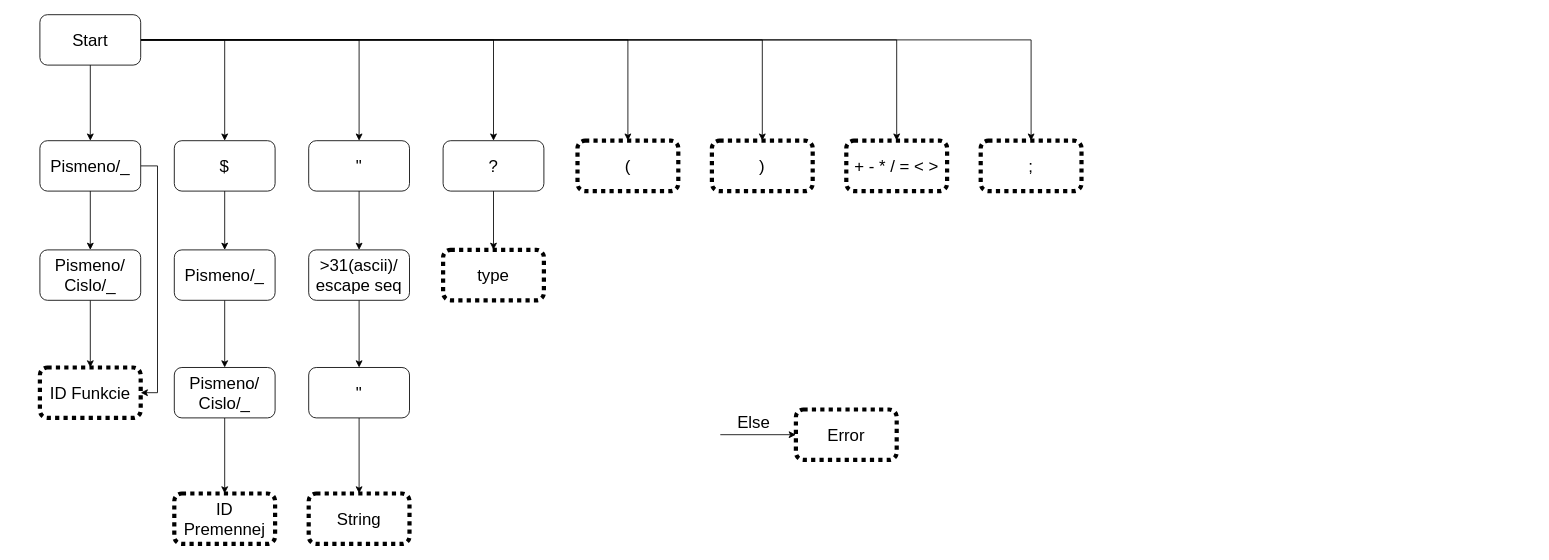
Before: StateMachine/StateMachine.drawio in RatsAreNice/IFJ-2022, a draw.io diagram. Source tidied: cells renumbered, new cells numbered last; positions are measured from the earlier drawing's top-left corner, leaving out a move shared by most shapes. Both pictures are drawn from the tidied source at 84%, with x=0, y=0 at pixel (39, 14).
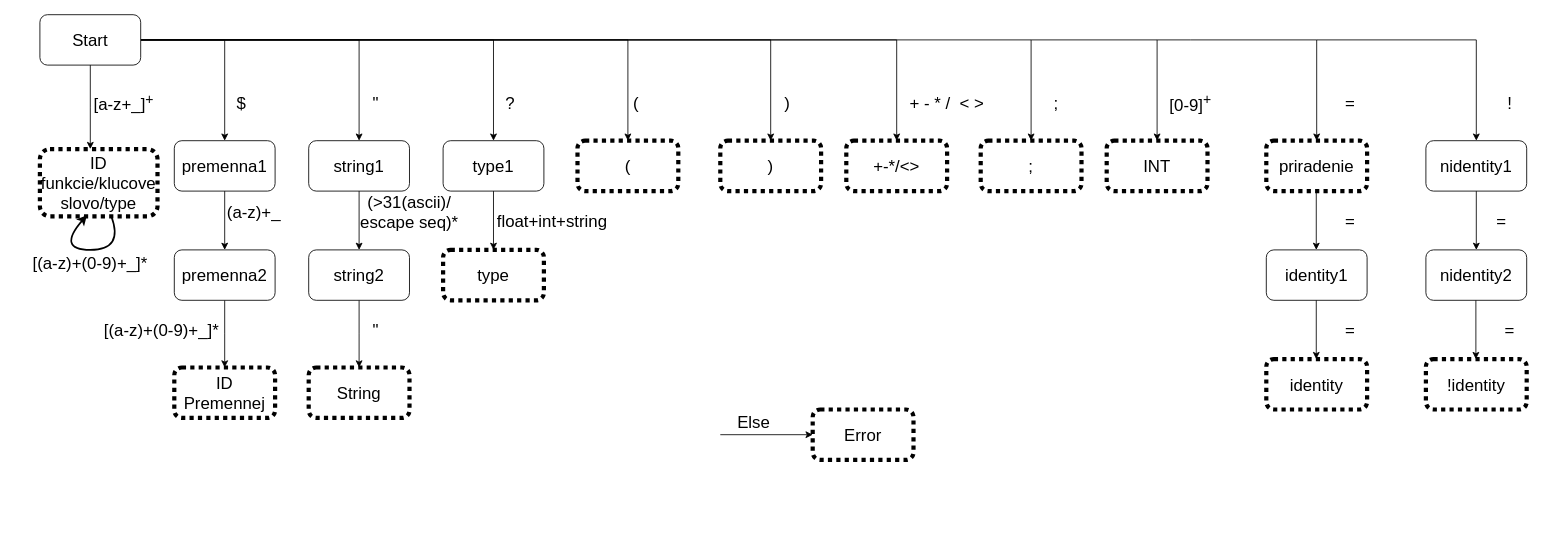
After the change.

The change refers to these unchanged cells:
```xml
<mxCell id="10" value="&lt;font style=&quot;font-size: 20px;&quot;&gt;Start&lt;/font&gt;" style="rounded=1;whiteSpace=wrap;html=1;" parent="1" vertex="1">
  <mxGeometry width="120" height="60" as="geometry" />
</mxCell>
```

The edit, as a diff of the source:
```diff
@@
-    <mxCell id="2" style="edgeStyle=orthogonalEdgeStyle;rounded=0;jettySize=auto;html=1;exitX=0.5;exitY=1;exitDx=0;exitDy=0;entryX=0.5;entryY=0;entryDx=0;entryDy=0;fontSize=20;" parent="1" edge="1" source="10" target="14">
-      <mxGeometry relative="1" as="geometry" />
+    <mxCell id="2" style="edgeStyle=orthogonalEdgeStyle;rounded=0;jettySize=auto;html=1;exitX=0.5;exitY=1;exitDx=0;exitDy=0;entryX=0.5;entryY=0;entryDx=0;entryDy=0;fontSize=20;" parent="1" edge="1" source="10">
+      <mxGeometry relative="1" as="geometry">
+        <mxPoint x="60" y="160" as="targetPoint" />
+      </mxGeometry>
     </mxCell>
@@
-    <mxCell id="11" value="ID Funkcie&lt;br&gt;" style="rounded=1;whiteSpace=wrap;html=1;fontSize=20;dashed=1;dashPattern=1 1;strokeWidth=5;" parent="1" vertex="1">
-      <mxGeometry y="420" width="120" height="60" as="geometry" />
-    </mxCell>
-    <mxCell id="12" style="edgeStyle=orthogonalEdgeStyle;rounded=0;jettySize=auto;html=1;exitX=1;exitY=0.5;exitDx=0;exitDy=0;entryX=1;entryY=0.5;entryDx=0;entryDy=0;fontSize=20;" parent="1" edge="1" source="14" target="11">
-      <mxGeometry relative="1" as="geometry">
-        <Array as="points">
-          <mxPoint x="140" y="180" />
-          <mxPoint x="140" y="450" />
-        </Array>
-      </mxGeometry>
-    </mxCell>
-    <mxCell id="13" style="edgeStyle=orthogonalEdgeStyle;rounded=0;jettySize=auto;html=1;exitX=0.5;exitY=1;exitDx=0;exitDy=0;entryX=0.5;entryY=0;entryDx=0;entryDy=0;fontSize=20;" parent="1" edge="1" source="14" target="16">
-      <mxGeometry relative="1" as="geometry" />
-    </mxCell>
-    <mxCell id="14" value="&lt;font style=&quot;font-size: 20px;&quot;&gt;Pismeno/_&lt;/font&gt;" style="rounded=1;whiteSpace=wrap;html=1;" parent="1" vertex="1">
-      <mxGeometry y="150" width="120" height="60" as="geometry" />
-    </mxCell>
-    <mxCell id="15" style="edgeStyle=orthogonalEdgeStyle;rounded=0;jettySize=auto;html=1;exitX=0.5;exitY=1;exitDx=0;exitDy=0;entryX=0.5;entryY=0;entryDx=0;entryDy=0;fontSize=20;" parent="1" edge="1" source="16" target="11">
-      <mxGeometry relative="1" as="geometry" />
-    </mxCell>
-    <mxCell id="16" value="Pismeno/&lt;br&gt;Cislo/_" style="rounded=1;whiteSpace=wrap;html=1;strokeWidth=1;fontSize=20;" parent="1" vertex="1">
-      <mxGeometry y="280" width="120" height="60" as="geometry" />
-    </mxCell>
@@
-    <mxCell id="18" value="$" style="rounded=1;whiteSpace=wrap;html=1;strokeWidth=1;fontSize=20;" parent="1" vertex="1">
+    <mxCell id="18" value="premenna1" style="rounded=1;whiteSpace=wrap;html=1;strokeWidth=1;fontSize=20;" parent="1" vertex="1">
       <mxGeometry x="160" y="150" width="120" height="60" as="geometry" />
     </mxCell>
-    <mxCell id="19" style="edgeStyle=orthogonalEdgeStyle;rounded=0;jettySize=auto;html=1;exitX=0.5;exitY=1;exitDx=0;exitDy=0;entryX=0.5;entryY=0;entryDx=0;entryDy=0;fontSize=20;" parent="1" edge="1" source="20" target="22">
-      <mxGeometry relative="1" as="geometry" />
+    <mxCell id="19" style="edgeStyle=orthogonalEdgeStyle;rounded=0;jettySize=auto;html=1;exitX=0.5;exitY=1;exitDx=0;exitDy=0;entryX=0.5;entryY=0;entryDx=0;entryDy=0;fontSize=20;" parent="1" edge="1" source="20">
+      <mxGeometry relative="1" as="geometry">
+        <mxPoint x="220" y="420" as="targetPoint" />
+      </mxGeometry>
     </mxCell>
-    <mxCell id="20" value="Pismeno/_" style="rounded=1;whiteSpace=wrap;html=1;strokeWidth=1;fontSize=20;" parent="1" vertex="1">
+    <mxCell id="20" value="premenna2" style="rounded=1;whiteSpace=wrap;html=1;strokeWidth=1;fontSize=20;" parent="1" vertex="1">
       <mxGeometry x="160" y="280" width="120" height="60" as="geometry" />
     </mxCell>
-    <mxCell id="21" style="edgeStyle=orthogonalEdgeStyle;rounded=0;jettySize=auto;html=1;exitX=0.5;exitY=1;exitDx=0;exitDy=0;entryX=0.5;entryY=0;entryDx=0;entryDy=0;fontSize=20;" parent="1" edge="1" source="22" target="23">
-      <mxGeometry relative="1" as="geometry" />
-    </mxCell>
-    <mxCell id="22" value="Pismeno/&lt;br&gt;Cislo/_" style="rounded=1;whiteSpace=wrap;html=1;strokeWidth=1;fontSize=20;" parent="1" vertex="1">
-      <mxGeometry x="160" y="420" width="120" height="60" as="geometry" />
-    </mxCell>
     <mxCell id="23" value="ID&lt;br&gt;Premennej" style="rounded=1;whiteSpace=wrap;html=1;strokeWidth=5;fontSize=20;dashed=1;dashPattern=1 1;" parent="1" vertex="1">
-      <mxGeometry x="160" y="570" width="120" height="60" as="geometry" />
+      <mxGeometry x="160" y="420" width="120" height="60" as="geometry" />
     </mxCell>
     <mxCell id="24" value="String" style="rounded=1;whiteSpace=wrap;html=1;dashed=1;dashPattern=1 1;strokeWidth=5;fontSize=20;" parent="1" vertex="1">
-      <mxGeometry x="320" y="570" width="120" height="60" as="geometry" />
+      <mxGeometry x="320" y="420" width="120" height="60" as="geometry" />
     </mxCell>
@@
-    <mxCell id="26" value="&quot;" style="rounded=1;whiteSpace=wrap;html=1;strokeWidth=1;fontSize=20;" parent="1" vertex="1">
+    <mxCell id="26" value="string1" style="rounded=1;whiteSpace=wrap;html=1;strokeWidth=1;fontSize=20;" parent="1" vertex="1">
       <mxGeometry x="320" y="150" width="120" height="60" as="geometry" />
     </mxCell>
-    <mxCell id="27" style="edgeStyle=orthogonalEdgeStyle;rounded=0;jettySize=auto;html=1;exitX=0.5;exitY=1;exitDx=0;exitDy=0;entryX=0.5;entryY=0;entryDx=0;entryDy=0;fontSize=20;" parent="1" edge="1" source="28" target="30">
-      <mxGeometry relative="1" as="geometry" />
+    <mxCell id="27" style="edgeStyle=orthogonalEdgeStyle;rounded=0;jettySize=auto;html=1;exitX=0.5;exitY=1;exitDx=0;exitDy=0;entryX=0.5;entryY=0;entryDx=0;entryDy=0;fontSize=20;" parent="1" edge="1" source="28">
+      <mxGeometry relative="1" as="geometry">
+        <mxPoint x="380" y="420" as="targetPoint" />
+      </mxGeometry>
     </mxCell>
-    <mxCell id="28" value="&amp;gt;31(ascii)/&lt;br&gt;escape seq" style="rounded=1;whiteSpace=wrap;html=1;strokeWidth=1;fontSize=20;" parent="1" vertex="1">
+    <mxCell id="28" value="string2" style="rounded=1;whiteSpace=wrap;html=1;strokeWidth=1;fontSize=20;" parent="1" vertex="1">
       <mxGeometry x="320" y="280" width="120" height="60" as="geometry" />
     </mxCell>
-    <mxCell id="29" style="edgeStyle=orthogonalEdgeStyle;rounded=0;jettySize=auto;html=1;exitX=0.5;exitY=1;exitDx=0;exitDy=0;entryX=0.5;entryY=0;entryDx=0;entryDy=0;fontSize=20;" parent="1" edge="1" source="30" target="24">
-      <mxGeometry relative="1" as="geometry" />
-    </mxCell>
-    <mxCell id="30" value="&quot;" style="rounded=1;whiteSpace=wrap;html=1;strokeWidth=1;fontSize=20;" parent="1" vertex="1">
-      <mxGeometry x="320" y="420" width="120" height="60" as="geometry" />
-    </mxCell>
@@
     <mxCell id="32" value="&lt;font style=&quot;font-size: 20px;&quot;&gt;)&lt;/font&gt;" style="rounded=1;whiteSpace=wrap;html=1;strokeWidth=5;dashed=1;dashPattern=1 1;" parent="1" vertex="1">
-      <mxGeometry x="800" y="150" width="120" height="60" as="geometry" />
+      <mxGeometry x="810" y="150" width="120" height="60" as="geometry" />
     </mxCell>
-    <mxCell id="33" value="+ - * / = &amp;lt; &amp;gt;" style="rounded=1;whiteSpace=wrap;html=1;dashed=1;dashPattern=1 1;strokeWidth=5;fontSize=20;" parent="1" vertex="1">
+    <mxCell id="33" value="+-*/&amp;lt;&amp;gt;" style="rounded=1;whiteSpace=wrap;html=1;dashed=1;dashPattern=1 1;strokeWidth=5;fontSize=20;" parent="1" vertex="1">
       <mxGeometry x="960" y="150" width="120" height="60" as="geometry" />
     </mxCell>
@@
-    <mxCell id="36" value="?" style="rounded=1;whiteSpace=wrap;html=1;strokeWidth=1;fontSize=20;" parent="1" vertex="1">
+    <mxCell id="36" value="type1" style="rounded=1;whiteSpace=wrap;html=1;strokeWidth=1;fontSize=20;" parent="1" vertex="1">
       <mxGeometry x="480" y="150" width="120" height="60" as="geometry" />
     </mxCell>
@@
     <mxCell id="39" value="Error" style="rounded=1;whiteSpace=wrap;html=1;dashed=1;dashPattern=1 1;strokeWidth=5;fontSize=20;" parent="1" vertex="1">
-      <mxGeometry x="900" y="470" width="120" height="60" as="geometry" />
+      <mxGeometry x="920" y="470" width="120" height="60" as="geometry" />
     </mxCell>
@@
+    <mxCell id="41" style="endArrow=classic;html=1;rounded=0;" parent="1" edge="1">
+      <mxGeometry relative="1" as="geometry">
+        <mxPoint x="1180" y="30" as="sourcePoint" />
+        <mxPoint x="1330" y="150" as="targetPoint" />
+        <Array as="points">
+          <mxPoint x="1330" y="30" />
+        </Array>
+      </mxGeometry>
+    </mxCell>
+    <mxCell id="42" value="INT" style="rounded=1;whiteSpace=wrap;html=1;dashed=1;dashPattern=1 1;strokeWidth=5;fontSize=20;" parent="1" vertex="1">
+      <mxGeometry x="1270" y="150" width="120" height="60" as="geometry" />
+    </mxCell>
+    <mxCell id="43" value="identity" style="rounded=1;whiteSpace=wrap;html=1;dashed=1;dashPattern=1 1;strokeWidth=5;fontSize=20;" parent="1" vertex="1">
+      <mxGeometry x="1460" y="410" width="120" height="60" as="geometry" />
+    </mxCell>
+    <mxCell id="44" style="endArrow=classic;html=1;rounded=0;exitX=0.5;exitY=1;exitDx=0;exitDy=0;" parent="1" edge="1">
+      <mxGeometry relative="1" as="geometry">
+        <mxPoint x="1519.5" y="210" as="sourcePoint" />
+        <mxPoint x="1519.5" y="280" as="targetPoint" />
+      </mxGeometry>
+    </mxCell>
+    <mxCell id="45" style="endArrow=classic;html=1;rounded=0;" parent="1" edge="1">
+      <mxGeometry relative="1" as="geometry">
+        <mxPoint x="1370" y="30" as="sourcePoint" />
+        <mxPoint x="1520" y="150" as="targetPoint" />
+        <Array as="points">
+          <mxPoint x="1520" y="30" />
+        </Array>
+      </mxGeometry>
+    </mxCell>
+    <mxCell id="46" value="identity1" style="rounded=1;whiteSpace=wrap;html=1;strokeWidth=1;fontSize=20;" parent="1" vertex="1">
+      <mxGeometry x="1460" y="280" width="120" height="60" as="geometry" />
+    </mxCell>
+    <mxCell id="47" style="endArrow=classic;html=1;rounded=0;exitX=0.5;exitY=1;exitDx=0;exitDy=0;" parent="1" edge="1">
+      <mxGeometry relative="1" as="geometry">
+        <mxPoint x="1519.5" y="340" as="sourcePoint" />
+        <mxPoint x="1519.5" y="410" as="targetPoint" />
+      </mxGeometry>
+    </mxCell>
+    <mxCell id="48" value="priradenie" style="rounded=1;whiteSpace=wrap;html=1;dashed=1;dashPattern=1 1;strokeWidth=5;fontSize=20;" parent="1" vertex="1">
+      <mxGeometry x="1460" y="150" width="120" height="60" as="geometry" />
+    </mxCell>
+    <mxCell id="49" style="endArrow=none;html=1;rounded=0;" parent="1" edge="1">
+      <mxGeometry relative="1" as="geometry">
+        <mxPoint x="1330" y="30" as="sourcePoint" />
+        <mxPoint x="1370" y="30" as="targetPoint" />
+      </mxGeometry>
+    </mxCell>
+    <mxCell id="50" style="endArrow=classic;html=1;rounded=0;" parent="1" edge="1">
+      <mxGeometry relative="1" as="geometry">
+        <mxPoint x="1520" y="30" as="sourcePoint" />
+        <mxPoint x="1710" y="150" as="targetPoint" />
+        <Array as="points">
+          <mxPoint x="1710" y="30" />
+        </Array>
+      </mxGeometry>
+    </mxCell>
+    <mxCell id="51" value="nidentity1" style="rounded=1;whiteSpace=wrap;html=1;strokeWidth=1;fontSize=20;" parent="1" vertex="1">
+      <mxGeometry x="1650" y="150" width="120" height="60" as="geometry" />
+    </mxCell>
+    <mxCell id="52" value="!identity" style="rounded=1;whiteSpace=wrap;html=1;dashed=1;dashPattern=1 1;strokeWidth=5;fontSize=20;" parent="1" vertex="1">
+      <mxGeometry x="1650" y="410" width="120" height="60" as="geometry" />
+    </mxCell>
+    <mxCell id="53" value="nidentity2" style="rounded=1;whiteSpace=wrap;html=1;strokeWidth=1;fontSize=20;" parent="1" vertex="1">
+      <mxGeometry x="1650" y="280" width="120" height="60" as="geometry" />
+    </mxCell>
+    <mxCell id="54" style="endArrow=classic;html=1;rounded=0;exitX=0.5;exitY=1;exitDx=0;exitDy=0;" parent="1" edge="1">
+      <mxGeometry relative="1" as="geometry">
+        <mxPoint x="1709.5" y="340" as="sourcePoint" />
+        <mxPoint x="1709.5" y="410" as="targetPoint" />
+      </mxGeometry>
+    </mxCell>
+    <mxCell id="55" style="endArrow=classic;html=1;rounded=0;exitX=0.5;exitY=1;exitDx=0;exitDy=0;entryX=0.5;entryY=0;entryDx=0;entryDy=0;" parent="1" edge="1" source="51" target="53">
+      <mxGeometry relative="1" as="geometry" />
+    </mxCell>
+    <mxCell id="56" value="&lt;font style=&quot;font-size: 20px;&quot;&gt;[a-z+_]&lt;sup&gt;+&lt;/sup&gt;&lt;/font&gt;" style="text;html=1;strokeColor=none;fillColor=none;align=center;verticalAlign=middle;whiteSpace=wrap;rounded=0;fontSize=16;" parent="1" vertex="1">
+      <mxGeometry x="60" y="90" width="80" height="30" as="geometry" />
+    </mxCell>
+    <mxCell id="57" value="ID funkcie/klucove slovo/type" style="rounded=1;whiteSpace=wrap;html=1;strokeWidth=5;fontSize=20;dashed=1;dashPattern=1 1;" parent="1" vertex="1">
+      <mxGeometry y="160" width="140" height="80" as="geometry" />
+    </mxCell>
+    <mxCell id="58" style="curved=1;endArrow=classic;html=1;rounded=0;fontSize=20;entryX=0.4;entryY=0.983;entryDx=0;entryDy=0;entryPerimeter=0;strokeWidth=2;" parent="1" edge="1" source="57" target="57">
+      <mxGeometry relative="1" as="geometry">
+        <Array as="points">
+          <mxPoint x="100" y="280" />
+          <mxPoint x="20" y="280" />
+        </Array>
+      </mxGeometry>
+    </mxCell>
+    <mxCell id="59" value="&lt;font style=&quot;font-size: 20px;&quot;&gt;[(a-z)+(0-9)+_]*&lt;/font&gt;" style="text;html=1;strokeColor=none;fillColor=none;align=center;verticalAlign=middle;whiteSpace=wrap;rounded=0;fontSize=16;" parent="1" vertex="1">
+      <mxGeometry x="-30" y="280" width="180" height="30" as="geometry" />
+    </mxCell>
+    <mxCell id="60" value="$" style="text;html=1;strokeColor=none;fillColor=none;align=center;verticalAlign=middle;whiteSpace=wrap;rounded=0;fontSize=20;" parent="1" vertex="1">
+      <mxGeometry x="210" y="90" width="60" height="30" as="geometry" />
+    </mxCell>
+    <mxCell id="61" value="&lt;font style=&quot;font-size: 20px;&quot;&gt;(a-z)+_&lt;/font&gt;" style="text;html=1;strokeColor=none;fillColor=none;align=center;verticalAlign=middle;whiteSpace=wrap;rounded=0;fontSize=16;" parent="1" vertex="1">
+      <mxGeometry x="160" y="220" width="190" height="30" as="geometry" />
+    </mxCell>
+    <mxCell id="62" value="&lt;font style=&quot;font-size: 20px;&quot;&gt;[(a-z)+(0-9)+_]*&lt;/font&gt;" style="text;html=1;strokeColor=none;fillColor=none;align=center;verticalAlign=middle;whiteSpace=wrap;rounded=0;fontSize=16;" parent="1" vertex="1">
+      <mxGeometry x="50" y="360" width="190" height="30" as="geometry" />
+    </mxCell>
+    <mxCell id="63" value="&quot;" style="text;html=1;strokeColor=none;fillColor=none;align=center;verticalAlign=middle;whiteSpace=wrap;rounded=0;fontSize=20;" parent="1" vertex="1">
+      <mxGeometry x="370" y="90" width="60" height="30" as="geometry" />
+    </mxCell>
+    <mxCell id="64" value="(&amp;gt;31(ascii)/&lt;br&gt;escape seq)*" style="text;html=1;strokeColor=none;fillColor=none;align=center;verticalAlign=middle;whiteSpace=wrap;rounded=0;fontSize=20;" parent="1" vertex="1">
+      <mxGeometry x="370" y="220" width="140" height="30" as="geometry" />
+    </mxCell>
+    <mxCell id="65" value="&quot;" style="text;html=1;strokeColor=none;fillColor=none;align=center;verticalAlign=middle;whiteSpace=wrap;rounded=0;fontSize=20;" parent="1" vertex="1">
+      <mxGeometry x="370" y="360" width="60" height="30" as="geometry" />
+    </mxCell>
+    <mxCell id="66" value="float+int+string" style="text;html=1;strokeColor=none;fillColor=none;align=center;verticalAlign=middle;whiteSpace=wrap;rounded=0;fontSize=20;" parent="1" vertex="1">
+      <mxGeometry x="580" y="230" width="60" height="30" as="geometry" />
+    </mxCell>
+    <mxCell id="67" value="?" style="text;html=1;strokeColor=none;fillColor=none;align=center;verticalAlign=middle;whiteSpace=wrap;rounded=0;fontSize=20;" parent="1" vertex="1">
+      <mxGeometry x="530" y="90" width="60" height="30" as="geometry" />
+    </mxCell>
+    <mxCell id="68" value="(" style="text;html=1;strokeColor=none;fillColor=none;align=center;verticalAlign=middle;whiteSpace=wrap;rounded=0;fontSize=20;" parent="1" vertex="1">
+      <mxGeometry x="680" y="90" width="60" height="30" as="geometry" />
+    </mxCell>
+    <mxCell id="69" value=")" style="text;html=1;strokeColor=none;fillColor=none;align=center;verticalAlign=middle;whiteSpace=wrap;rounded=0;fontSize=20;" parent="1" vertex="1">
+      <mxGeometry x="860" y="90" width="60" height="30" as="geometry" />
+    </mxCell>
+    <mxCell id="70" value="+ - * /&amp;nbsp; &amp;lt; &amp;gt;" style="text;html=1;strokeColor=none;fillColor=none;align=center;verticalAlign=middle;whiteSpace=wrap;rounded=0;fontSize=20;" parent="1" vertex="1">
+      <mxGeometry x="1030" y="90" width="100" height="30" as="geometry" />
+    </mxCell>
+    <mxCell id="71" value=";" style="text;html=1;strokeColor=none;fillColor=none;align=center;verticalAlign=middle;whiteSpace=wrap;rounded=0;fontSize=20;" parent="1" vertex="1">
+      <mxGeometry x="1180" y="90" width="60" height="30" as="geometry" />
+    </mxCell>
+    <mxCell id="72" value="[0-9]&lt;sup&gt;+&lt;/sup&gt;" style="text;html=1;strokeColor=none;fillColor=none;align=center;verticalAlign=middle;whiteSpace=wrap;rounded=0;fontSize=20;" parent="1" vertex="1">
+      <mxGeometry x="1340" y="90" width="60" height="30" as="geometry" />
+    </mxCell>
+    <mxCell id="73" value="=" style="text;html=1;strokeColor=none;fillColor=none;align=center;verticalAlign=middle;whiteSpace=wrap;rounded=0;fontSize=20;" parent="1" vertex="1">
+      <mxGeometry x="1530" y="90" width="60" height="30" as="geometry" />
+    </mxCell>
+    <mxCell id="74" value="=" style="text;html=1;strokeColor=none;fillColor=none;align=center;verticalAlign=middle;whiteSpace=wrap;rounded=0;fontSize=20;" parent="1" vertex="1">
+      <mxGeometry x="1530" y="230" width="60" height="30" as="geometry" />
+    </mxCell>
+    <mxCell id="75" value="=" style="text;html=1;strokeColor=none;fillColor=none;align=center;verticalAlign=middle;whiteSpace=wrap;rounded=0;fontSize=20;" parent="1" vertex="1">
+      <mxGeometry x="1530" y="360" width="60" height="30" as="geometry" />
+    </mxCell>
+    <mxCell id="76" value="=" style="text;html=1;strokeColor=none;fillColor=none;align=center;verticalAlign=middle;whiteSpace=wrap;rounded=0;fontSize=20;" parent="1" vertex="1">
+      <mxGeometry x="1720" y="360" width="60" height="30" as="geometry" />
+    </mxCell>
+    <mxCell id="77" value="=" style="text;html=1;strokeColor=none;fillColor=none;align=center;verticalAlign=middle;whiteSpace=wrap;rounded=0;fontSize=20;" parent="1" vertex="1">
+      <mxGeometry x="1710" y="230" width="60" height="30" as="geometry" />
+    </mxCell>
+    <mxCell id="78" value="!" style="text;html=1;strokeColor=none;fillColor=none;align=center;verticalAlign=middle;whiteSpace=wrap;rounded=0;fontSize=20;" parent="1" vertex="1">
+      <mxGeometry x="1720" y="90" width="60" height="30" as="geometry" />
+    </mxCell>
```
